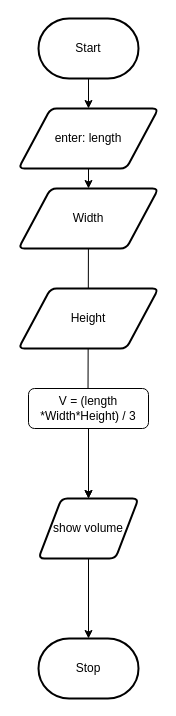
This is design/flowchart.drawio from MTHS-ICD2O-1-2024/ICD2O-Unit-3-02-Joyce-Nkengbeza, a draw.io file, before an edit. Source tidied: cells renumbered, new cells numbered last; positions are measured from the earlier drawing's top-left corner, leaving out a move shared by most shapes. Both pictures are drawn from the tidied source at 100%, with x=0, y=0 at pixel (18, 18).
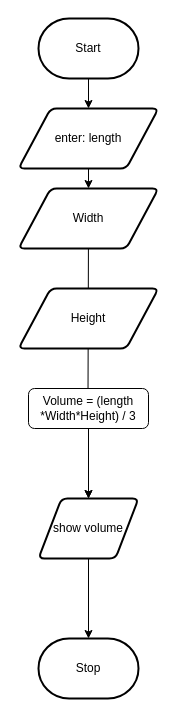
After the change.

The edit, as a diff of the source:
```diff
@@
 <mxGraphModel>
   <root>
     <mxCell id="0" />
     <mxCell id="1" parent="0" />
     <mxCell id="2" style="edgeStyle=orthogonalEdgeStyle;html=1;rounded=0;" parent="1" edge="1" source="3" target="7">
       <mxGeometry relative="1" as="geometry" />
     </mxCell>
     <mxCell id="3" value="Start" style="strokeWidth=2;html=1;shape=mxgraph.flowchart.terminator;whiteSpace=wrap;" parent="1" vertex="1">
       <mxGeometry x="20" width="100" height="60" as="geometry" />
     </mxCell>
     <mxCell id="4" value="Stop" style="strokeWidth=2;html=1;shape=mxgraph.flowchart.terminator;whiteSpace=wrap;" parent="1" vertex="1">
       <mxGeometry x="20" y="620" width="100" height="60" as="geometry" />
     </mxCell>
     <mxCell id="5" style="edgeStyle=none;html=1;" parent="1" edge="1" source="13">
       <mxGeometry relative="1" as="geometry">
         <mxPoint x="69.5" y="380" as="targetPoint" />
       </mxGeometry>
     </mxCell>
     <mxCell id="6" style="edgeStyle=none;html=1;exitX=0.5;exitY=0;exitDx=0;exitDy=0;" parent="1" edge="1" source="7">
       <mxGeometry relative="1" as="geometry">
         <mxPoint x="70" y="170" as="targetPoint" />
       </mxGeometry>
     </mxCell>
     <mxCell id="7" value="enter: length" style="shape=parallelogram;html=1;strokeWidth=2;perimeter=parallelogramPerimeter;whiteSpace=wrap;rounded=1;arcSize=12;size=0.23;" parent="1" vertex="1">
       <mxGeometry y="90" width="140" height="60" as="geometry" />
     </mxCell>
     <mxCell id="8" style="edgeStyle=none;html=1;exitX=0.5;exitY=1;exitDx=0;exitDy=0;entryX=0.5;entryY=0;entryDx=0;entryDy=0;" parent="1" edge="1" source="10" target="12">
       <mxGeometry relative="1" as="geometry" />
     </mxCell>
     <mxCell id="9" style="edgeStyle=none;html=1;" parent="1" edge="1" source="10" target="12">
       <mxGeometry relative="1" as="geometry" />
     </mxCell>
-    <mxCell id="10" value="V = (length *Width*Height) / 3" style="rounded=1;whiteSpace=wrap;html=1;" parent="1" vertex="1">
+    <mxCell id="10" value="Volume = (length *Width*Height) / 3" style="rounded=1;whiteSpace=wrap;html=1;" parent="1" vertex="1">
       <mxGeometry x="10" y="370" width="120" height="40" as="geometry" />
     </mxCell>
     <mxCell id="11" style="edgeStyle=none;html=1;exitX=0.5;exitY=1;exitDx=0;exitDy=0;" parent="1" edge="1" source="12" target="4">
       <mxGeometry relative="1" as="geometry" />
     </mxCell>
     <mxCell id="12" value="show volume" style="shape=parallelogram;html=1;strokeWidth=2;perimeter=parallelogramPerimeter;whiteSpace=wrap;rounded=1;arcSize=12;size=0.23;" parent="1" vertex="1">
       <mxGeometry x="20" y="480" width="100" height="60" as="geometry" />
     </mxCell>
     <mxCell id="13" value="Width" style="shape=parallelogram;html=1;strokeWidth=2;perimeter=parallelogramPerimeter;whiteSpace=wrap;rounded=1;arcSize=12;size=0.23;" parent="1" vertex="1">
       <mxGeometry y="170" width="140" height="60" as="geometry" />
     </mxCell>
     <mxCell id="14" value="Height" style="shape=parallelogram;html=1;strokeWidth=2;perimeter=parallelogramPerimeter;whiteSpace=wrap;rounded=1;arcSize=12;size=0.23;" parent="1" vertex="1">
       <mxGeometry y="270" width="140" height="60" as="geometry" />
     </mxCell>
   </root>
 </mxGraphModel>
```
